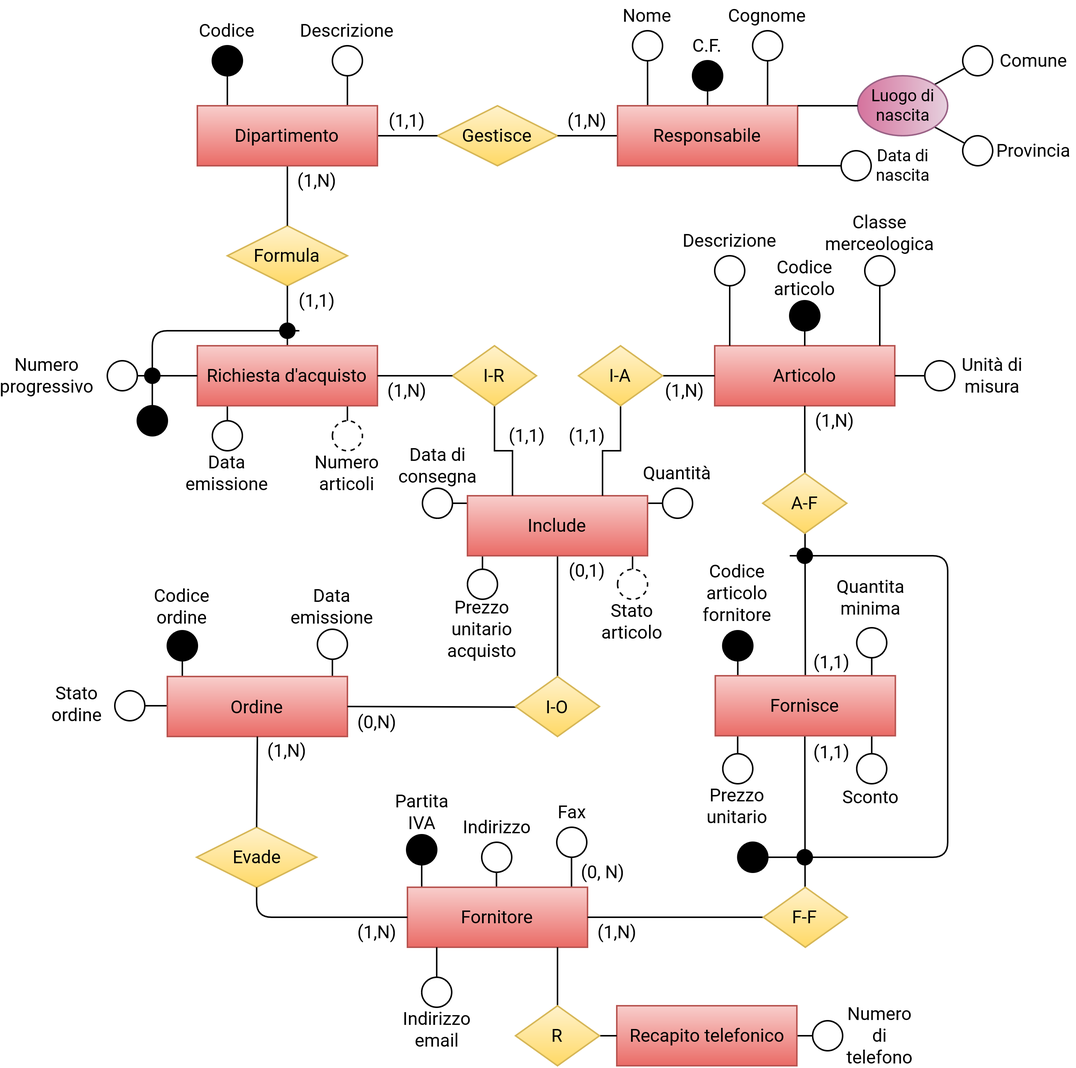
This is ER_final.png from FraBomba6/Progetto_BdD, a draw.io export, as it was before one commit. Source tidied: cells renumbered, new cells last; positions are measured from the earlier drawing's top-left corner, leaving out a move shared by most shapes.
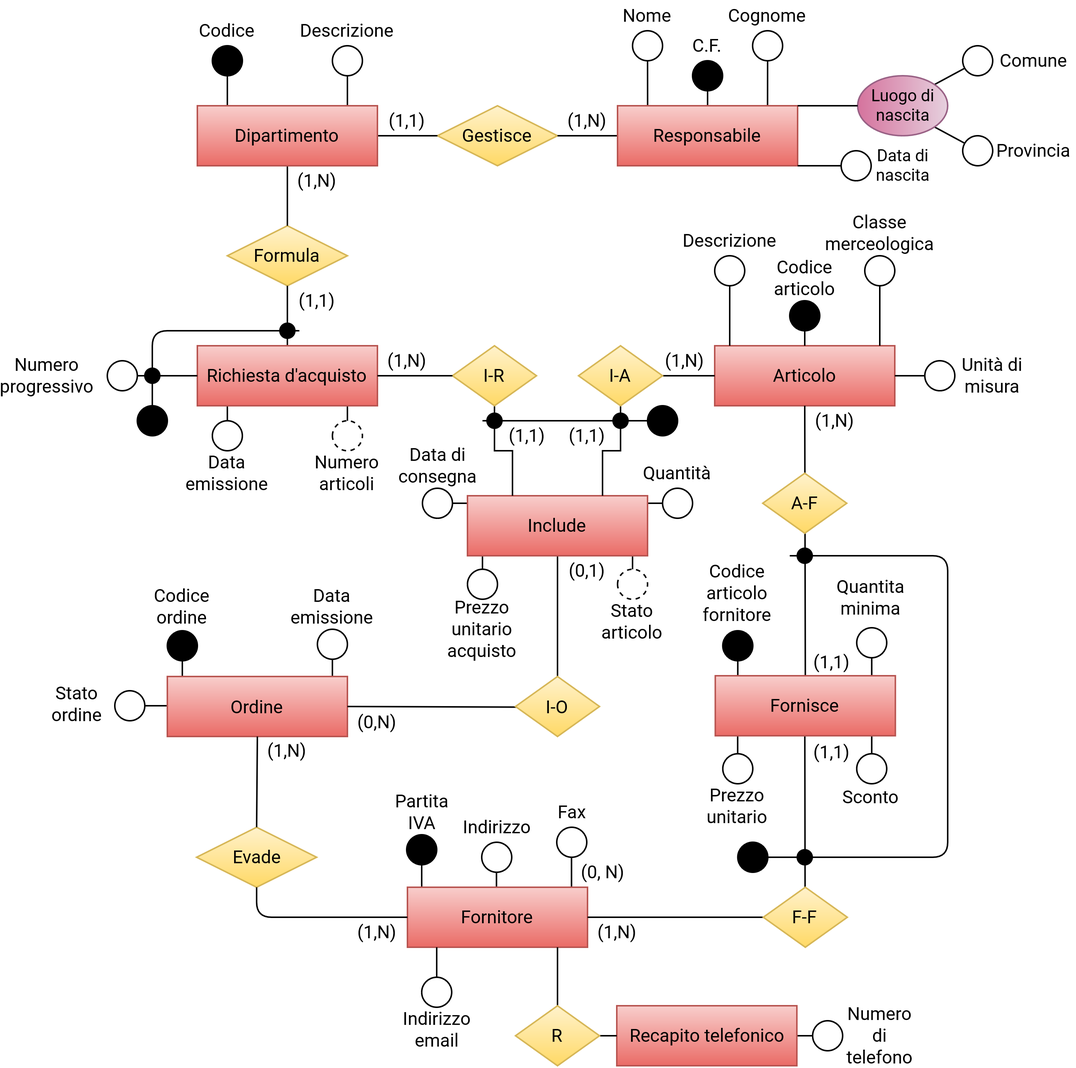
After the commit.

Diff of the diagram source:
```diff
@@ -327,7 +327,7 @@
       <mxGeometry x="119.5" y="551" width="80" height="40" as="geometry" />
     </mxCell>
     <mxCell id="94" value="(1,N)" style="text;html=1;strokeColor=none;fillColor=none;align=center;verticalAlign=middle;whiteSpace=wrap;rounded=0;fontFamily=Roboto;fontSource=https%3A%2F%2Ffonts.googleapis.com%2Fcss%3Ffamily%3DRoboto;" parent="1" vertex="1">
-      <mxGeometry x="240" y="250" width="40" height="20" as="geometry" />
+      <mxGeometry x="240" y="230" width="40" height="20" as="geometry" />
     </mxCell>
     <mxCell id="95" value="(1,N)" style="text;html=1;strokeColor=none;fillColor=none;align=center;verticalAlign=middle;whiteSpace=wrap;rounded=0;fontFamily=Roboto;fontSource=https%3A%2F%2Ffonts.googleapis.com%2Fcss%3Ffamily%3DRoboto;" parent="1" vertex="1">
       <mxGeometry x="380" y="611" width="40" height="20" as="geometry" />
@@ -468,7 +468,7 @@
       <mxGeometry x="220" y="470.5" width="40" height="20" as="geometry" />
     </mxCell>
     <mxCell id="133" value="(1,N)" style="text;html=1;strokeColor=none;fillColor=none;align=center;verticalAlign=middle;whiteSpace=wrap;rounded=0;fontFamily=Roboto;fontSource=https%3A%2F%2Ffonts.googleapis.com%2Fcss%3Ffamily%3DRoboto;" parent="1" vertex="1">
-      <mxGeometry x="424.8" y="250" width="40" height="20" as="geometry" />
+      <mxGeometry x="424.8" y="230" width="40" height="20" as="geometry" />
     </mxCell>
     <mxCell id="134" style="ellipse;whiteSpace=wrap;html=1;fontFamily=Roboto;fontSource=https%3A%2F%2Ffonts.googleapis.com%2Fcss%3Ffamily%3DRoboto;rotation=-180;dashed=1;" parent="1" vertex="1">
       <mxGeometry x="210" y="280" width="20" height="20" as="geometry" />
@@ -569,5 +569,20 @@
     <mxCell id="163" value="Numero di telefono" style="text;html=1;strokeColor=none;fillColor=none;align=center;verticalAlign=middle;whiteSpace=wrap;rounded=0;fontFamily=Roboto;fontSource=https%3A%2F%2Ffonts.googleapis.com%2Fcss%3Ffamily%3DRoboto;" parent="1" vertex="1">
       <mxGeometry x="554.8" y="680" width="40" height="20" as="geometry" />
     </mxCell>
+    <mxCell id="164" style="endArrow=none;html=1;" parent="1" edge="1">
+      <mxGeometry relative="1" as="geometry">
+        <mxPoint x="310" y="280" as="sourcePoint" />
+        <mxPoint x="420" y="280" as="targetPoint" />
+      </mxGeometry>
+    </mxCell>
+    <mxCell id="165" style="ellipse;fontFamily=Roboto;fontSource=https%3A%2F%2Ffonts.googleapis.com%2Fcss%3Ffamily%3DRoboto;fillColor=#000000;" parent="1" vertex="1">
+      <mxGeometry x="397" y="275" width="10" height="10" as="geometry" />
+    </mxCell>
+    <mxCell id="166" style="ellipse;fontFamily=Roboto;fontSource=https%3A%2F%2Ffonts.googleapis.com%2Fcss%3Ffamily%3DRoboto;fillColor=#000000;" parent="1" vertex="1">
+      <mxGeometry x="313" y="275" width="10" height="10" as="geometry" />
+    </mxCell>
+    <mxCell id="167" style="ellipse;whiteSpace=wrap;html=1;fontFamily=Roboto;fontSource=https%3A%2F%2Ffonts.googleapis.com%2Fcss%3Ffamily%3DRoboto;fillColor=#000000;" parent="1" vertex="1">
+      <mxGeometry x="420" y="270" width="20" height="20" as="geometry" />
+    </mxCell>
   </root>
 </mxGraphModel>
```
